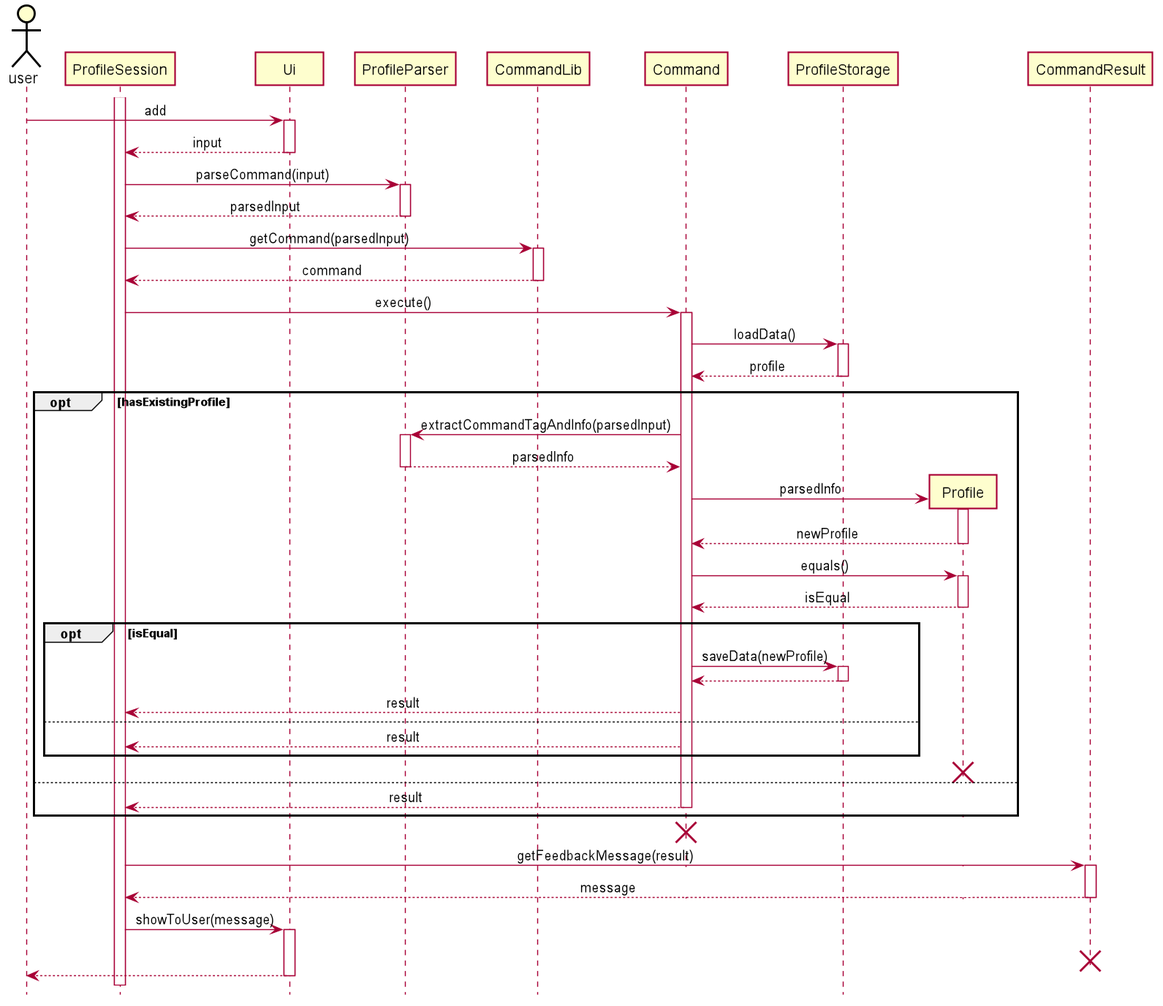
Before: docs/pictures/khoa/EditProfile.png, a diagram exported from PlantUML (zsk612/tp).
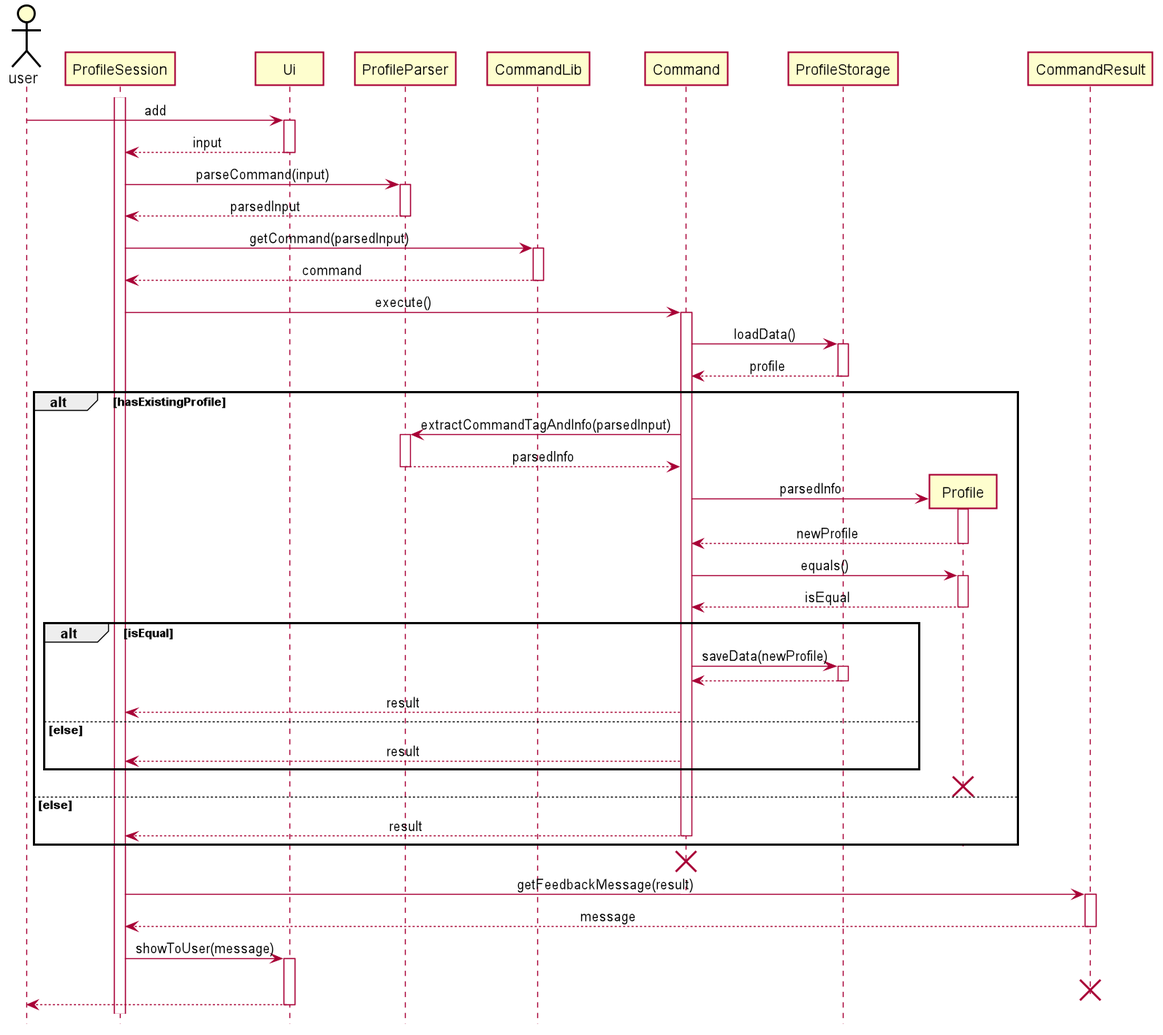
Later version of the same file.

Change to the diagram source:
```diff
@@ -56,7 +56,7 @@
 Command -> ProfileStorage ++ : loadData()
 ProfileStorage --> Command -- : profile
 
-opt hasExistingProfile
+alt hasExistingProfile
     Command -> ProfileParser ++ : extractCommandTagAndInfo(parsedInput)
     ProfileParser --> Command -- : parsedInfo
     Command -> Profile ** : parsedInfo
@@ -65,15 +65,15 @@
     Command -> Profile ++ : equals()
     Profile --> Command -- : isEqual
 
-    opt isEqual
+    alt isEqual
         Command -> ProfileStorage ++ : saveData(newProfile)
         ProfileStorage --> Command --
         Command --> ProfileSession : result
-    else
+    else else
         Command --> ProfileSession : result
     end
     destroy Profile
-else
+else else
     Command --> ProfileSession -- : result
 end
 destroy Command
```
